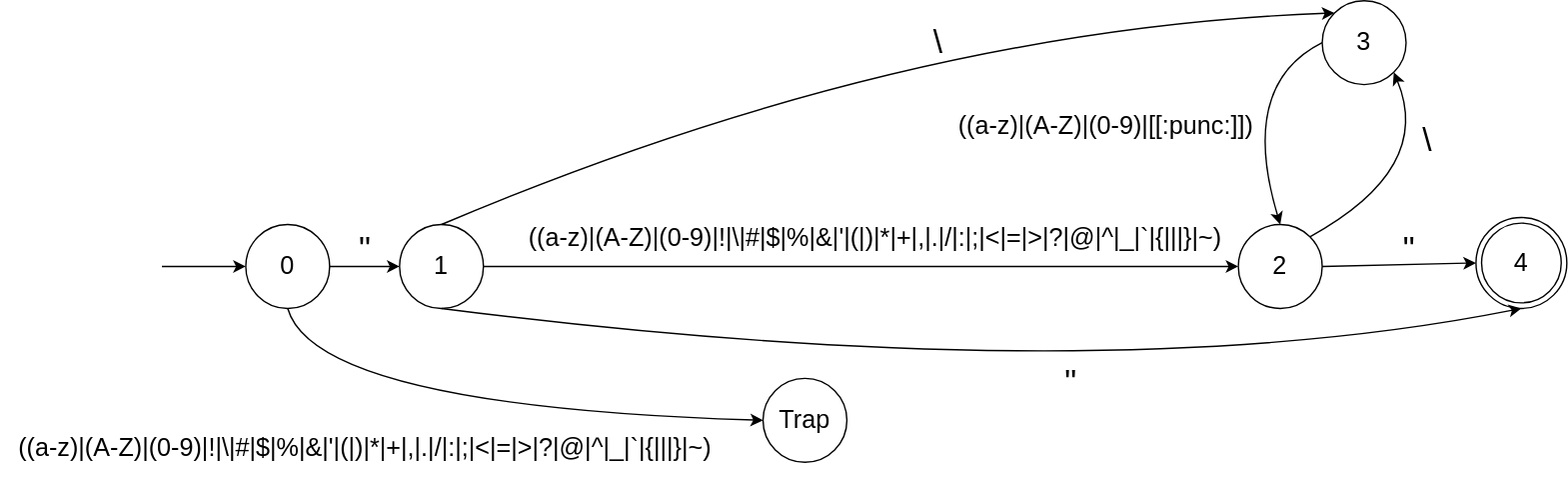
The draw.io diagram docs/DFA/string-dfa.svg in Dimitry-bit/tiny-compiler, before a commit. Source tidied: cells renumbered, new cells last; positions are measured from the earlier drawing's top-left corner, leaving out a move shared by most shapes.
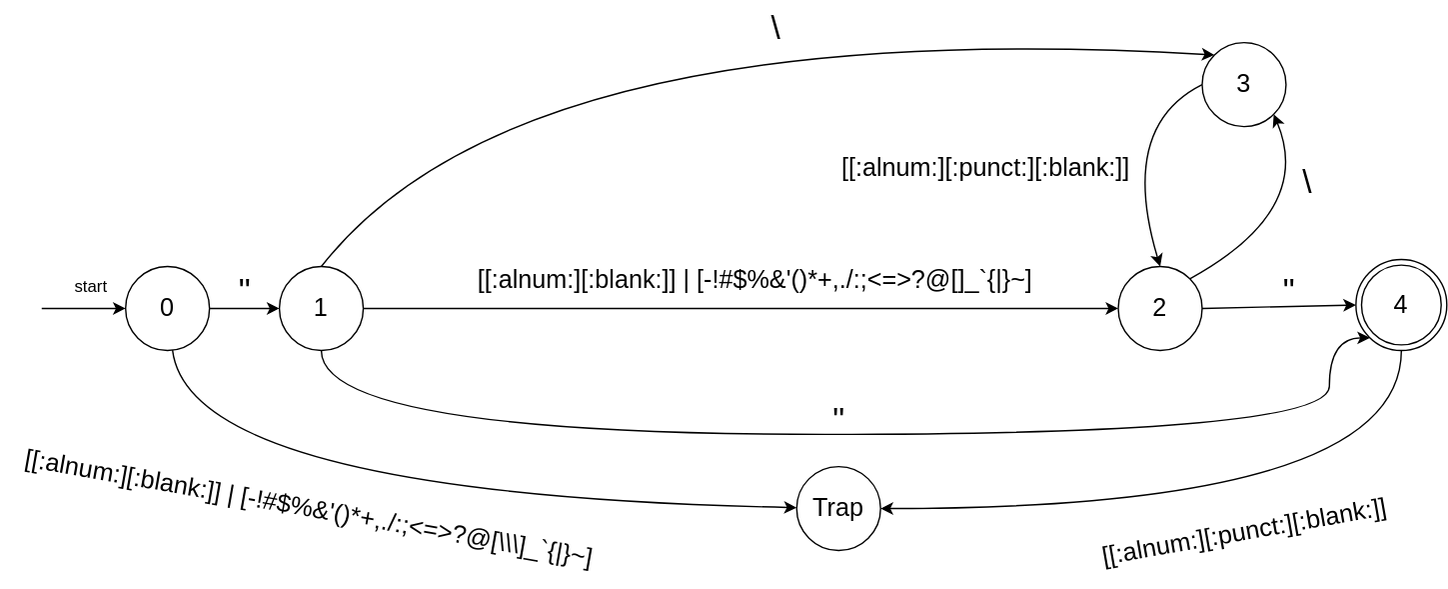
The same diagram one commit later.

Commit message:
chore: cleanup string regex and DFA

Change to the diagram source:
```diff
@@ -11,15 +11,27 @@
     <mxCell id="4" style="edgeStyle=orthogonalEdgeStyle;rounded=0;jettySize=auto;html=1;" parent="1" edge="1" source="5" target="6">
       <mxGeometry relative="1" as="geometry" />
     </mxCell>
+    <mxCell id="23" style="edgeStyle=orthogonalEdgeStyle;rounded=0;jettySize=auto;html=1;exitX=0.5;exitY=1;exitDx=0;exitDy=0;curved=1;" parent="1" edge="1" source="5" target="8">
+      <mxGeometry relative="1" as="geometry">
+        <Array as="points">
+          <mxPoint x="315" y="280" />
+          <mxPoint x="1036" y="280" />
+          <mxPoint x="1036" y="211" />
+        </Array>
+      </mxGeometry>
+    </mxCell>
     <mxCell id="5" value="&lt;font style=&quot;font-size: 18px;&quot;&gt;1&lt;/font&gt;" style="ellipse;whiteSpace=wrap;html=1;" parent="1" vertex="1">
       <mxGeometry x="285" y="160" width="60" height="60" as="geometry" />
     </mxCell>
     <mxCell id="6" value="&lt;font style=&quot;font-size: 18px;&quot;&gt;2&lt;/font&gt;" style="ellipse;whiteSpace=wrap;html=1;" parent="1" vertex="1">
       <mxGeometry x="885" y="160" width="60" height="60" as="geometry" />
     </mxCell>
-    <mxCell id="7" value="&lt;span style=&quot;font-size: 18px;&quot;&gt;((a-z)|(A-Z)|(0-9)|!|\|#|$|%|&amp;amp;|'|(|)|*|+|,|.|/|:|;|&amp;lt;|=|&amp;gt;|?|@|^|_|`|{|||}|~&lt;/span&gt;&lt;span style=&quot;font-size: 18px; background-color: initial;&quot;&gt;)&lt;/span&gt;" style="text;html=1;align=center;verticalAlign=middle;strokeColor=none;fillColor=none;" parent="1" vertex="1">
-      <mxGeometry x="365" y="150" width="520" height="40" as="geometry" />
+    <mxCell id="7" value="&lt;div&gt;&lt;span style=&quot;font-size: 18px;&quot;&gt;[&lt;/span&gt;&lt;span style=&quot;font-size: 18px;&quot;&gt;[:alnum:&lt;/span&gt;&lt;span style=&quot;font-size: 18px;&quot;&gt;]&lt;/span&gt;&lt;span style=&quot;font-size: 18px;&quot;&gt;[:blank:]]&lt;/span&gt;&lt;span style=&quot;font-size: 18px;&quot;&gt; | [&lt;/span&gt;&lt;span style=&quot;font-size: 18px;&quot;&gt;-!#$%&amp;amp;'()*+,./:;&amp;lt;=&amp;gt;?@[]_`{|}~&lt;/span&gt;&lt;span style=&quot;font-size: 18px;&quot;&gt;]&lt;/span&gt;&lt;/div&gt;" style="text;html=1;align=center;verticalAlign=middle;strokeColor=none;fillColor=none;" parent="1" vertex="1">
+      <mxGeometry x="415" y="150" width="420" height="40" as="geometry" />
     </mxCell>
+    <mxCell id="25" style="edgeStyle=orthogonalEdgeStyle;rounded=0;jettySize=auto;html=1;exitX=0.5;exitY=1;exitDx=0;exitDy=0;entryX=1;entryY=0.5;entryDx=0;entryDy=0;curved=1;" parent="1" edge="1" source="8" target="11">
+      <mxGeometry relative="1" as="geometry" />
+    </mxCell>
     <mxCell id="8" value="&lt;font style=&quot;font-size: 18px;&quot;&gt;4&lt;/font&gt;" style="ellipse;shape=doubleEllipse;whiteSpace=wrap;html=1;" parent="1" vertex="1">
       <mxGeometry x="1055" y="155" width="65" height="65" as="geometry" />
     </mxCell>
@@ -30,19 +42,19 @@
       <mxGeometry relative="1" as="geometry" />
     </mxCell>
     <mxCell id="11" value="&lt;font style=&quot;font-size: 18px;&quot;&gt;Trap&lt;/font&gt;" style="ellipse;whiteSpace=wrap;html=1;" parent="1" vertex="1">
-      <mxGeometry x="545" y="270" width="60" height="60" as="geometry" />
+      <mxGeometry x="655" y="303" width="60" height="60" as="geometry" />
     </mxCell>
-    <mxCell id="12" style="curved=1;endArrow=classic;html=1;rounded=0;exitX=0.5;exitY=1;exitDx=0;exitDy=0;entryX=0;entryY=0.5;entryDx=0;entryDy=0;" parent="1" edge="1" source="2" target="11">
+    <mxCell id="12" style="curved=1;endArrow=classic;html=1;rounded=0;" parent="1" edge="1" source="2" target="11">
       <mxGeometry relative="1" as="geometry">
         <Array as="points">
-          <mxPoint x="225" y="290" />
+          <mxPoint x="221" y="323" />
         </Array>
       </mxGeometry>
     </mxCell>
-    <mxCell id="13" value="&lt;span style=&quot;font-size: 18px;&quot;&gt;((a-z)|(A-Z)|(0-9)|!|\|#|$|%|&amp;amp;|'|(|)|*|+|,|.|/|:|;|&amp;lt;|=|&amp;gt;|?|@|^|_|`|{|||}|~&lt;/span&gt;&lt;span style=&quot;background-color: initial; font-size: 18px;&quot;&gt;)&lt;/span&gt;" style="text;html=1;align=center;verticalAlign=middle;strokeColor=none;fillColor=none;" parent="1" vertex="1">
-      <mxGeometry y="300" width="520" height="40" as="geometry" />
+    <mxCell id="13" value="&lt;span style=&quot;font-size: 18px;&quot;&gt;[[:alnum:][:blank:]] | [&lt;/span&gt;&lt;span style=&quot;font-size: 18px;&quot;&gt;-!#$%&amp;amp;'()*+,./:;&amp;lt;=&amp;gt;?@[\\\]_`{|}~&lt;/span&gt;&lt;span style=&quot;font-size: 18px;&quot;&gt;]&lt;/span&gt;" style="text;html=1;align=center;verticalAlign=middle;strokeColor=none;fillColor=none;rotation=10;" parent="1" vertex="1">
+      <mxGeometry x="86" y="313" width="440" height="40" as="geometry" />
     </mxCell>
-    <mxCell id="14" value="&lt;span style=&quot;font-size: 18px;&quot;&gt;((a-z)|(A-Z)|(0-9)|[[:punc:]])&lt;/span&gt;" style="text;html=1;align=center;verticalAlign=middle;strokeColor=none;fillColor=none;" parent="1" vertex="1">
+    <mxCell id="14" value="&lt;span style=&quot;font-size: 18px;&quot;&gt;[&lt;/span&gt;&lt;span style=&quot;font-size: 18px;&quot;&gt;[:alnum:&lt;/span&gt;&lt;span style=&quot;font-size: 18px;&quot;&gt;]&lt;/span&gt;&lt;span style=&quot;font-size: 18px;&quot;&gt;[:punct:][:blank:]]&lt;/span&gt;" style="text;html=1;align=center;verticalAlign=middle;strokeColor=none;fillColor=none;" parent="1" vertex="1">
       <mxGeometry x="675" y="70" width="230" height="40" as="geometry" />
     </mxCell>
     <mxCell id="15" style="curved=1;endArrow=classic;html=1;rounded=0;elbow=vertical;exitX=0;exitY=0.5;exitDx=0;exitDy=0;entryX=0.5;entryY=0;entryDx=0;entryDy=0;" parent="1" edge="1" source="17" target="6">
@@ -63,12 +75,12 @@
     <mxCell id="18" style="curved=1;endArrow=classic;html=1;rounded=0;elbow=vertical;exitX=0.5;exitY=0;exitDx=0;exitDy=0;entryX=0;entryY=0;entryDx=0;entryDy=0;" parent="1" edge="1" source="5" target="17">
       <mxGeometry relative="1" as="geometry">
         <Array as="points">
-          <mxPoint x="645" y="20" />
+          <mxPoint x="456" y="-20" />
         </Array>
       </mxGeometry>
     </mxCell>
     <mxCell id="19" value="&lt;font style=&quot;font-size: 24px;&quot;&gt;\&lt;/font&gt;" style="text;html=1;align=center;verticalAlign=middle;strokeColor=none;fillColor=none;" parent="1" vertex="1">
-      <mxGeometry x="655" y="10" width="30" height="40" as="geometry" />
+      <mxGeometry x="625" y="-30" width="30" height="40" as="geometry" />
     </mxCell>
     <mxCell id="20" value="&lt;font style=&quot;font-size: 24px;&quot;&gt;&quot;&lt;/font&gt;" style="text;html=1;align=center;verticalAlign=middle;strokeColor=none;fillColor=none;" parent="1" vertex="1">
       <mxGeometry x="992" y="157.5" width="30" height="40" as="geometry" />
@@ -83,15 +95,14 @@
     <mxCell id="22" style="endArrow=classic;html=1;rounded=0;elbow=vertical;entryX=0;entryY=0.5;entryDx=0;entryDy=0;exitX=1;exitY=0.5;exitDx=0;exitDy=0;" parent="1" edge="1" source="6" target="8">
       <mxGeometry relative="1" as="geometry" />
     </mxCell>
-    <mxCell id="23" style="curved=1;endArrow=classic;html=1;rounded=0;elbow=vertical;exitX=0.5;exitY=1;exitDx=0;exitDy=0;entryX=0.5;entryY=1;entryDx=0;entryDy=0;" parent="1" edge="1" source="5" target="8">
-      <mxGeometry relative="1" as="geometry">
-        <Array as="points">
-          <mxPoint x="785" y="280" />
-        </Array>
-      </mxGeometry>
-    </mxCell>
     <mxCell id="24" value="&lt;font style=&quot;font-size: 24px;&quot;&gt;&quot;&lt;/font&gt;" style="text;html=1;align=center;verticalAlign=middle;strokeColor=none;fillColor=none;" parent="1" vertex="1">
-      <mxGeometry x="750" y="253" width="30" height="40" as="geometry" />
+      <mxGeometry x="670" y="250" width="30" height="40" as="geometry" />
     </mxCell>
+    <mxCell id="26" value="start" style="text;html=1;align=center;verticalAlign=middle;strokeColor=none;fillColor=none;" parent="1" vertex="1">
+      <mxGeometry x="125" y="160" width="50" height="30" as="geometry" />
+    </mxCell>
+    <mxCell id="27" value="&lt;span style=&quot;font-size: 18px;&quot;&gt;[&lt;/span&gt;&lt;span style=&quot;font-size: 18px;&quot;&gt;[:alnum:&lt;/span&gt;&lt;span style=&quot;font-size: 18px;&quot;&gt;]&lt;/span&gt;&lt;span style=&quot;font-size: 18px;&quot;&gt;[:punct:][:blank:]]&lt;/span&gt;" style="text;html=1;align=center;verticalAlign=middle;strokeColor=none;fillColor=none;rotation=-10;" parent="1" vertex="1">
+      <mxGeometry x="860" y="330" width="230" height="40" as="geometry" />
+    </mxCell>
   </root>
 </mxGraphModel>
```
